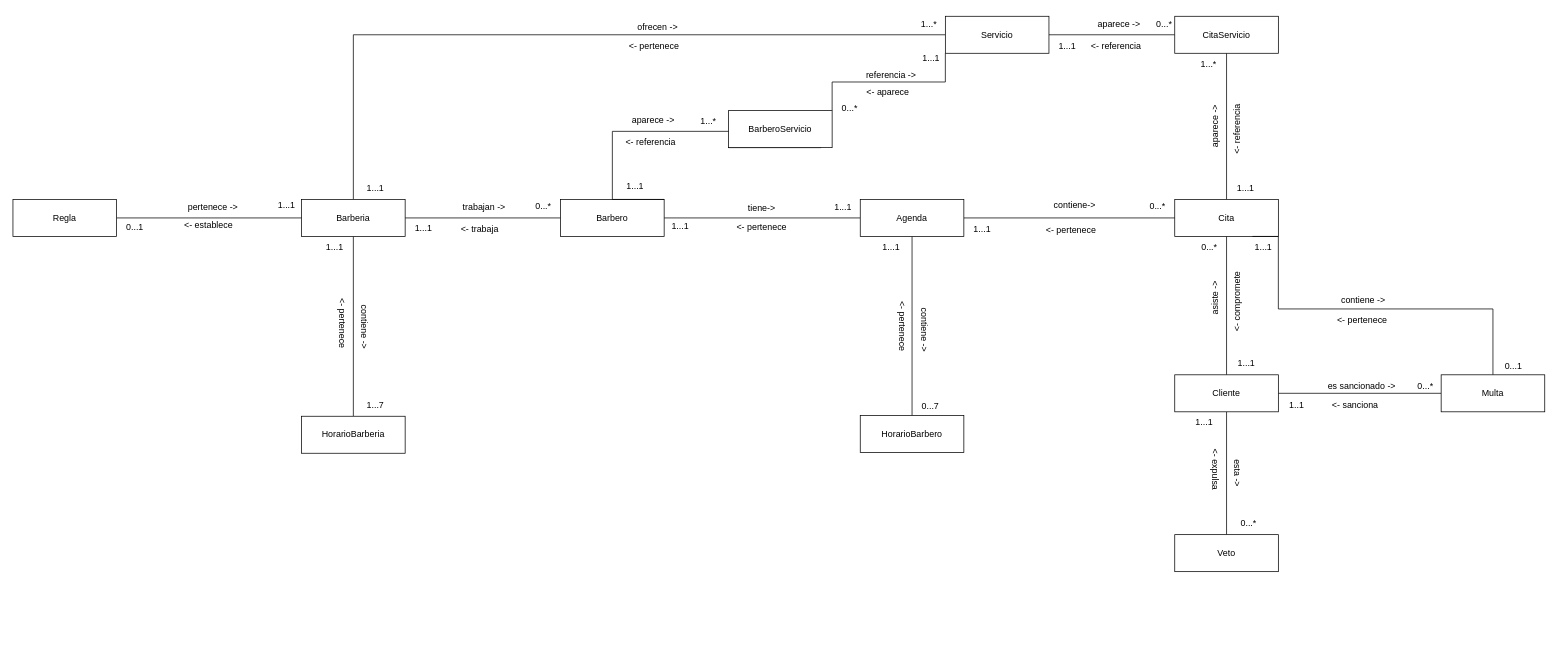
Before: Modelo de Dominio.drawio in Leandro-Gomez-12345/Proyecto-extra-clase-DOO, a draw.io diagram. Source tidied: cells renumbered, new cells numbered last; positions are measured from the earlier drawing's top-left corner, leaving out a move shared by most shapes. Both pictures are drawn from the tidied source at 74%, with x=0, y=0 at pixel (13, 13).
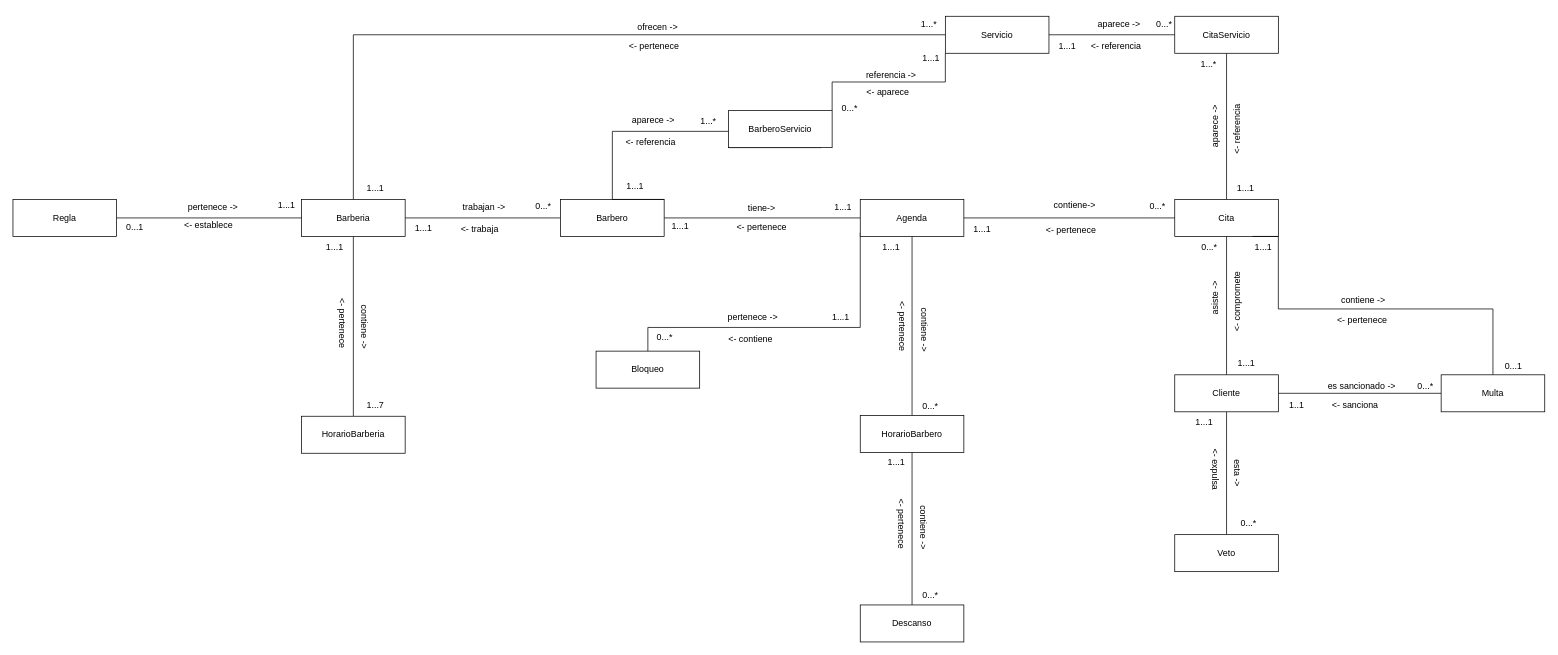
The same page after the edit.

Commit message (it also covers changes not shown here):
Actualizacion del modelo de dominio (Se le añadieron dos objetos de dominion), falta hacerle el muestreo de datos de esos dos objetos

Unchanged cells that the change refers to:
```xml
<mxCell id="86" value="HorarioBarbero" style="rounded=0;whiteSpace=wrap;html=1;" parent="1" vertex="1">
  <mxGeometry x="1145" y="544" width="140" height="50" as="geometry" />
</mxCell>
```

Change to the diagram source:
```diff
@@
+    <mxCell id="91" style="edgeStyle=orthogonalEdgeStyle;rounded=0;orthogonalLoop=1;jettySize=auto;html=1;exitX=0;exitY=1;exitDx=0;exitDy=0;entryX=0.5;entryY=0;entryDx=0;entryDy=0;endArrow=none;endFill=0;" parent="1" edge="1">
+      <mxGeometry relative="1" as="geometry">
+        <mxPoint x="1145" y="297" as="sourcePoint" />
+        <mxPoint x="858" y="474" as="targetPoint" />
+        <Array as="points">
+          <mxPoint x="1145" y="425" />
+          <mxPoint x="858" y="425" />
+        </Array>
+      </mxGeometry>
+    </mxCell>
@@
+    <mxCell id="92" style="edgeStyle=orthogonalEdgeStyle;rounded=0;jettySize=auto;html=1;endArrow=none;endFill=0;" parent="1" edge="1" source="86" target="93">
+      <mxGeometry relative="1" as="geometry" />
+    </mxCell>
@@
-    <mxCell id="90" value="0...7" style="text;html=1;whiteSpace=wrap;strokeColor=none;fillColor=none;align=center;verticalAlign=middle;rounded=0;" parent="1" vertex="1">
+    <mxCell id="90" value="0...*" style="text;html=1;whiteSpace=wrap;strokeColor=none;fillColor=none;align=center;verticalAlign=middle;rounded=0;" parent="1" vertex="1">
       <mxGeometry x="1210" y="517" width="60" height="30" as="geometry" />
     </mxCell>
+    <mxCell id="93" value="Descanso" style="rounded=0;whiteSpace=wrap;html=1;" parent="1" vertex="1">
+      <mxGeometry x="1145" y="800" width="140" height="50" as="geometry" />
+    </mxCell>
+    <mxCell id="94" value="Bloqueo" style="rounded=0;whiteSpace=wrap;html=1;" parent="1" vertex="1">
+      <mxGeometry x="788" y="457" width="140" height="50" as="geometry" />
+    </mxCell>
+    <mxCell id="95" value="&amp;lt;- pertenece" style="text;html=1;align=center;verticalAlign=middle;strokeColor=none;fillColor=none;rotation=90;" parent="1" vertex="1">
+      <mxGeometry x="1155" y="675" width="90" height="30" as="geometry" />
+    </mxCell>
+    <mxCell id="96" value="contiene -&amp;gt;" style="text;html=1;align=center;verticalAlign=middle;strokeColor=none;fillColor=none;rotation=90;" parent="1" vertex="1">
+      <mxGeometry x="1190" y="680" width="80" height="30" as="geometry" />
+    </mxCell>
+    <mxCell id="97" value="0...*" style="text;html=1;whiteSpace=wrap;strokeColor=none;fillColor=none;align=center;verticalAlign=middle;rounded=0;" parent="1" vertex="1">
+      <mxGeometry x="1210" y="772" width="60" height="30" as="geometry" />
+    </mxCell>
+    <mxCell id="98" value="1...1" style="text;html=1;whiteSpace=wrap;strokeColor=none;fillColor=none;align=center;verticalAlign=middle;rounded=0;" parent="1" vertex="1">
+      <mxGeometry x="1164" y="592" width="60" height="30" as="geometry" />
+    </mxCell>
+    <mxCell id="99" value="&amp;lt;- contiene" style="text;html=1;whiteSpace=wrap;strokeColor=none;fillColor=none;align=center;verticalAlign=middle;rounded=0;" parent="1" vertex="1">
+      <mxGeometry x="960" y="426" width="74" height="30" as="geometry" />
+    </mxCell>
+    <mxCell id="100" value="pertenece -&amp;gt;" style="text;html=1;whiteSpace=wrap;strokeColor=none;fillColor=none;align=center;verticalAlign=middle;rounded=0;" parent="1" vertex="1">
+      <mxGeometry x="965" y="396" width="70" height="30" as="geometry" />
+    </mxCell>
+    <mxCell id="101" value="1...1" style="text;html=1;whiteSpace=wrap;strokeColor=none;fillColor=none;align=center;verticalAlign=middle;rounded=0;" parent="1" vertex="1">
+      <mxGeometry x="1089" y="396" width="60" height="30" as="geometry" />
+    </mxCell>
+    <mxCell id="102" value="0...*" style="text;html=1;whiteSpace=wrap;strokeColor=none;fillColor=none;align=center;verticalAlign=middle;rounded=0;" parent="1" vertex="1">
+      <mxGeometry x="850.5" y="424" width="60" height="30" as="geometry" />
+    </mxCell>
```
